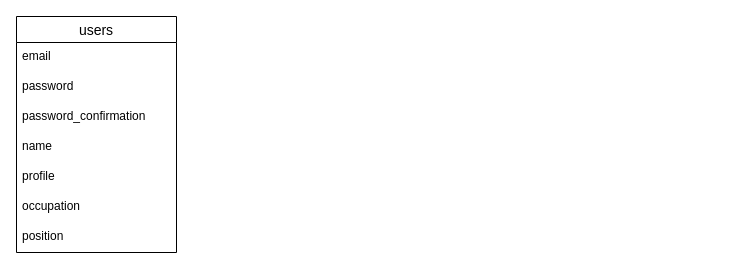
This is protospace-155-white_ER.dio from DaiC-S/protospace-155-white, a draw.io file, before an edit. Source tidied: cells renumbered, new cells numbered last; positions are measured from the earlier drawing's top-left corner, leaving out a move shared by most shapes. Both pictures are drawn from the tidied source at 100%, with x=0, y=0 at pixel (16, 16).
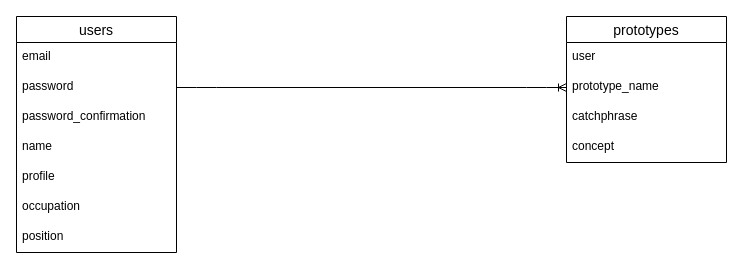
After the change.

Commit message (it also covers changes not shown here):
ER図・DB図の作成

Diff of the diagram source:
```diff
@@
 <mxGraphModel>
   <root>
     <mxCell id="0" />
     <mxCell id="1" parent="0" />
     <mxCell id="2" value="users" style="swimlane;fontStyle=0;horizontal=1;startSize=26;align=center;fontSize=14;" parent="1" vertex="1">
       <mxGeometry width="160" height="236" as="geometry" />
     </mxCell>
     <mxCell id="3" value="email" style="text;strokeColor=none;fillColor=none;spacingLeft=4;spacingRight=4;overflow=hidden;fontSize=12;" parent="2" vertex="1">
       <mxGeometry y="26" width="160" height="30" as="geometry" />
     </mxCell>
     <mxCell id="4" value="password" style="text;strokeColor=none;fillColor=none;spacingLeft=4;spacingRight=4;overflow=hidden;points=[[0,0.5],[1,0.5]];portConstraint=eastwest;fontSize=12;" parent="2" vertex="1">
       <mxGeometry y="56" width="160" height="30" as="geometry" />
     </mxCell>
     <mxCell id="5" value="password_confirmation" style="text;strokeColor=none;fillColor=none;spacingLeft=4;spacingRight=4;overflow=hidden;fontSize=12;" parent="2" vertex="1">
       <mxGeometry y="86" width="160" height="30" as="geometry" />
     </mxCell>
     <mxCell id="6" value="name" style="text;strokeColor=none;fillColor=none;spacingLeft=4;spacingRight=4;overflow=hidden;fontSize=12;" parent="2" vertex="1">
       <mxGeometry y="116" width="160" height="30" as="geometry" />
     </mxCell>
     <mxCell id="7" value="profile" style="text;strokeColor=none;fillColor=none;spacingLeft=4;spacingRight=4;overflow=hidden;fontSize=12;" parent="2" vertex="1">
       <mxGeometry y="146" width="160" height="30" as="geometry" />
     </mxCell>
     <mxCell id="8" value="occupation" style="text;strokeColor=none;fillColor=none;spacingLeft=4;spacingRight=4;overflow=hidden;fontSize=12;" parent="2" vertex="1">
       <mxGeometry y="176" width="160" height="30" as="geometry" />
     </mxCell>
     <mxCell id="9" value="position" style="text;strokeColor=none;fillColor=none;spacingLeft=4;spacingRight=4;overflow=hidden;fontSize=12;" parent="2" vertex="1">
       <mxGeometry y="206" width="160" height="30" as="geometry" />
     </mxCell>
+    <mxCell id="10" value="prototypes" style="swimlane;fontStyle=0;horizontal=1;startSize=26;align=center;fontSize=14;" parent="1" vertex="1">
+      <mxGeometry x="550" width="160" height="146" as="geometry" />
+    </mxCell>
+    <mxCell id="11" value="user" style="text;strokeColor=none;fillColor=none;spacingLeft=4;spacingRight=4;overflow=hidden;fontSize=12;" parent="10" vertex="1">
+      <mxGeometry y="26" width="160" height="30" as="geometry" />
+    </mxCell>
+    <mxCell id="12" value="prototype_name" style="text;strokeColor=none;fillColor=none;spacingLeft=4;spacingRight=4;overflow=hidden;points=[[0,0.5],[1,0.5]];portConstraint=eastwest;fontSize=12;" parent="10" vertex="1">
+      <mxGeometry y="56" width="160" height="30" as="geometry" />
+    </mxCell>
+    <mxCell id="13" value="catchphrase" style="text;strokeColor=none;fillColor=none;spacingLeft=4;spacingRight=4;overflow=hidden;fontSize=12;" parent="10" vertex="1">
+      <mxGeometry y="86" width="160" height="30" as="geometry" />
+    </mxCell>
+    <mxCell id="14" value="concept" style="text;strokeColor=none;fillColor=none;spacingLeft=4;spacingRight=4;overflow=hidden;fontSize=12;" parent="10" vertex="1">
+      <mxGeometry y="116" width="160" height="30" as="geometry" />
+    </mxCell>
+    <mxCell id="15" style="edgeStyle=entityRelationEdgeStyle;fontSize=12;html=1;endArrow=ERoneToMany;exitX=1;exitY=0.5;exitDx=0;exitDy=0;entryX=0;entryY=0.5;entryDx=0;entryDy=0;" parent="1" edge="1" source="4" target="12">
+      <mxGeometry relative="1" as="geometry" />
+    </mxCell>
   </root>
 </mxGraphModel>
```
